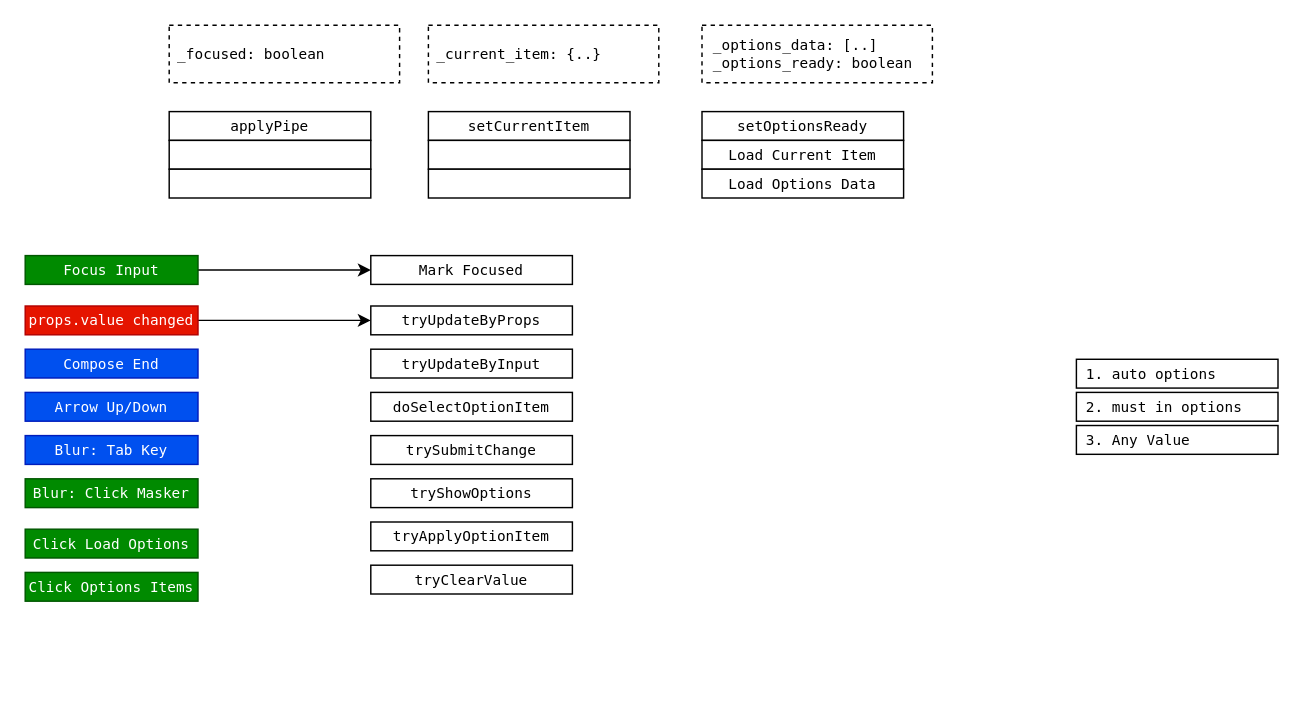
site-zero/tijs keeps this draw.io diagram as src/lib/input/box3/_design/input-box3-events.drawio. Above is the earlier version. Source tidied: cells renumbered, new cells numbered last; positions are measured from the earlier drawing's top-left corner, leaving out a move shared by most shapes. Both pictures are drawn from the tidied source at 144%, with x=0, y=0 at pixel (24, 24).
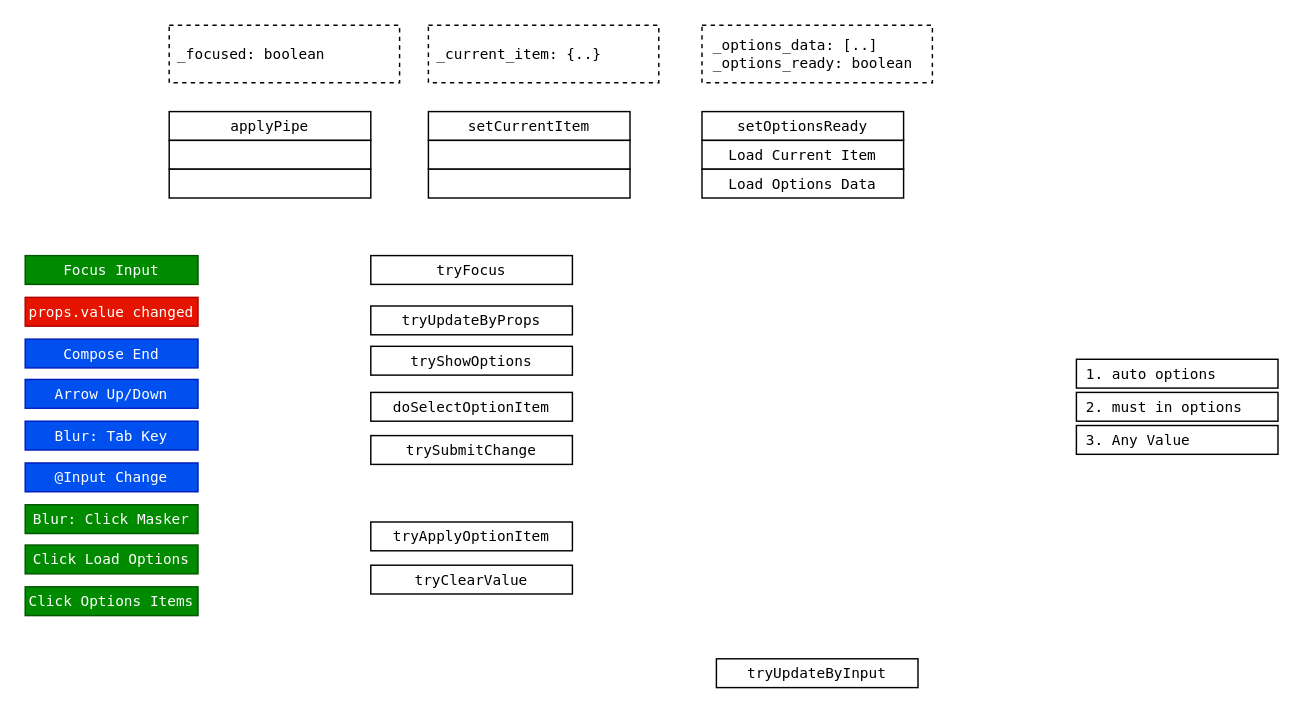
After the change.

The change refers to these unchanged cells:
```xml
<mxCell id="7" value="Focus Input" style="rounded=0;whiteSpace=wrap;html=1;fontFamily=Lucida Console;fontStyle=0;fontSize=10;fillColor=#008a00;fontColor=#ffffff;strokeColor=#005700;" parent="1" vertex="1">
  <mxGeometry y="160" width="120" height="20" as="geometry" />
</mxCell>
<mxCell id="17" value="tryUpdateByProps" style="rounded=0;whiteSpace=wrap;html=1;fontFamily=Lucida Console;fontStyle=0;fontSize=10;" parent="1" vertex="1">
  <mxGeometry x="240" y="195" width="140" height="20" as="geometry" />
</mxCell>
```

Change to the diagram source:
```diff
@@
     <mxCell id="2" value="Arrow Up/Down" style="rounded=0;whiteSpace=wrap;html=1;fontFamily=Lucida Console;fontStyle=0;fontSize=10;fillColor=#0050ef;strokeColor=#001DBC;fontColor=#ffffff;" parent="1" vertex="1">
-      <mxGeometry y="255" width="120" height="20" as="geometry" />
+      <mxGeometry y="246" width="120" height="20" as="geometry" />
     </mxCell>
     <mxCell id="3" value="Blur: Tab Key" style="rounded=0;whiteSpace=wrap;html=1;fontFamily=Lucida Console;fontStyle=0;fontSize=10;fillColor=#0050ef;fontColor=#ffffff;strokeColor=#001DBC;" parent="1" vertex="1">
-      <mxGeometry y="285" width="120" height="20" as="geometry" />
+      <mxGeometry y="275" width="120" height="20" as="geometry" />
     </mxCell>
     <mxCell id="4" value="Compose End" style="rounded=0;whiteSpace=wrap;html=1;fontFamily=Lucida Console;fontStyle=0;fontSize=10;fillColor=#0050ef;strokeColor=#001DBC;fontColor=#ffffff;" parent="1" vertex="1">
-      <mxGeometry y="225" width="120" height="20" as="geometry" />
+      <mxGeometry y="218" width="120" height="20" as="geometry" />
     </mxCell>
     <mxCell id="5" value="Blur: Click Masker" style="rounded=0;whiteSpace=wrap;html=1;fontFamily=Lucida Console;fontStyle=0;fontSize=10;fillColor=#008a00;fontColor=#ffffff;strokeColor=#005700;" parent="1" vertex="1">
-      <mxGeometry y="315" width="120" height="20" as="geometry" />
+      <mxGeometry y="333" width="120" height="20" as="geometry" />
     </mxCell>
-    <mxCell id="6" style="edgeStyle=none;html=1;exitX=1;exitY=0.5;exitDx=0;exitDy=0;entryX=0;entryY=0.5;entryDx=0;entryDy=0;" parent="1" edge="1" source="7" target="10">
-      <mxGeometry relative="1" as="geometry" />
-    </mxCell>
@@
     <mxCell id="8" value="Click Load Options" style="rounded=0;whiteSpace=wrap;html=1;fontFamily=Lucida Console;fontStyle=0;fontSize=10;fillColor=#008a00;fontColor=#ffffff;strokeColor=#005700;" parent="1" vertex="1">
-      <mxGeometry y="350" width="120" height="20" as="geometry" />
+      <mxGeometry y="361" width="120" height="20" as="geometry" />
     </mxCell>
     <mxCell id="9" value="Click Options Items" style="rounded=0;whiteSpace=wrap;html=1;fontFamily=Lucida Console;fontStyle=0;fontSize=10;fillColor=#008a00;fontColor=#ffffff;strokeColor=#005700;" parent="1" vertex="1">
-      <mxGeometry y="380" width="120" height="20" as="geometry" />
+      <mxGeometry y="390" width="120" height="20" as="geometry" />
     </mxCell>
-    <mxCell id="10" value="Mark Focused" style="rounded=0;whiteSpace=wrap;html=1;fontFamily=Lucida Console;fontStyle=0;fontSize=10;" parent="1" vertex="1">
+    <mxCell id="10" value="tryFocus" style="rounded=0;whiteSpace=wrap;html=1;fontFamily=Lucida Console;fontStyle=0;fontSize=10;" parent="1" vertex="1">
       <mxGeometry x="240" y="160" width="140" height="20" as="geometry" />
     </mxCell>
-    <mxCell id="11" style="edgeStyle=none;html=1;exitX=1;exitY=0.5;exitDx=0;exitDy=0;entryX=0;entryY=0.5;entryDx=0;entryDy=0;" parent="1" edge="1" source="12" target="17">
-      <mxGeometry relative="1" as="geometry" />
-    </mxCell>
     <mxCell id="12" value="props.value changed" style="rounded=0;whiteSpace=wrap;html=1;fontFamily=Lucida Console;fontStyle=0;fontSize=10;fillColor=#e51400;strokeColor=#B20000;fontColor=#ffffff;" parent="1" vertex="1">
-      <mxGeometry y="195" width="120" height="20" as="geometry" />
+      <mxGeometry y="189" width="120" height="20" as="geometry" />
     </mxCell>
@@
     <mxCell id="21" value="tryUpdateByInput" style="rounded=0;whiteSpace=wrap;html=1;fontFamily=Lucida Console;fontStyle=0;fontSize=10;" parent="1" vertex="1">
-      <mxGeometry x="240" y="225" width="140" height="20" as="geometry" />
+      <mxGeometry x="480" y="440" width="140" height="20" as="geometry" />
     </mxCell>
@@
     <mxCell id="25" value="tryShowOptions" style="rounded=0;whiteSpace=wrap;html=1;fontFamily=Lucida Console;fontStyle=0;fontSize=10;" parent="1" vertex="1">
-      <mxGeometry x="240" y="315" width="140" height="20" as="geometry" />
+      <mxGeometry x="240" y="223" width="140" height="20" as="geometry" />
     </mxCell>
@@
+    <mxCell id="35" value="@Input Change" style="rounded=0;whiteSpace=wrap;html=1;fontFamily=Lucida Console;fontStyle=0;fontSize=10;fillColor=#0050ef;fontColor=#ffffff;strokeColor=#001DBC;" parent="1" vertex="1">
+      <mxGeometry y="304" width="120" height="20" as="geometry" />
+    </mxCell>
```
